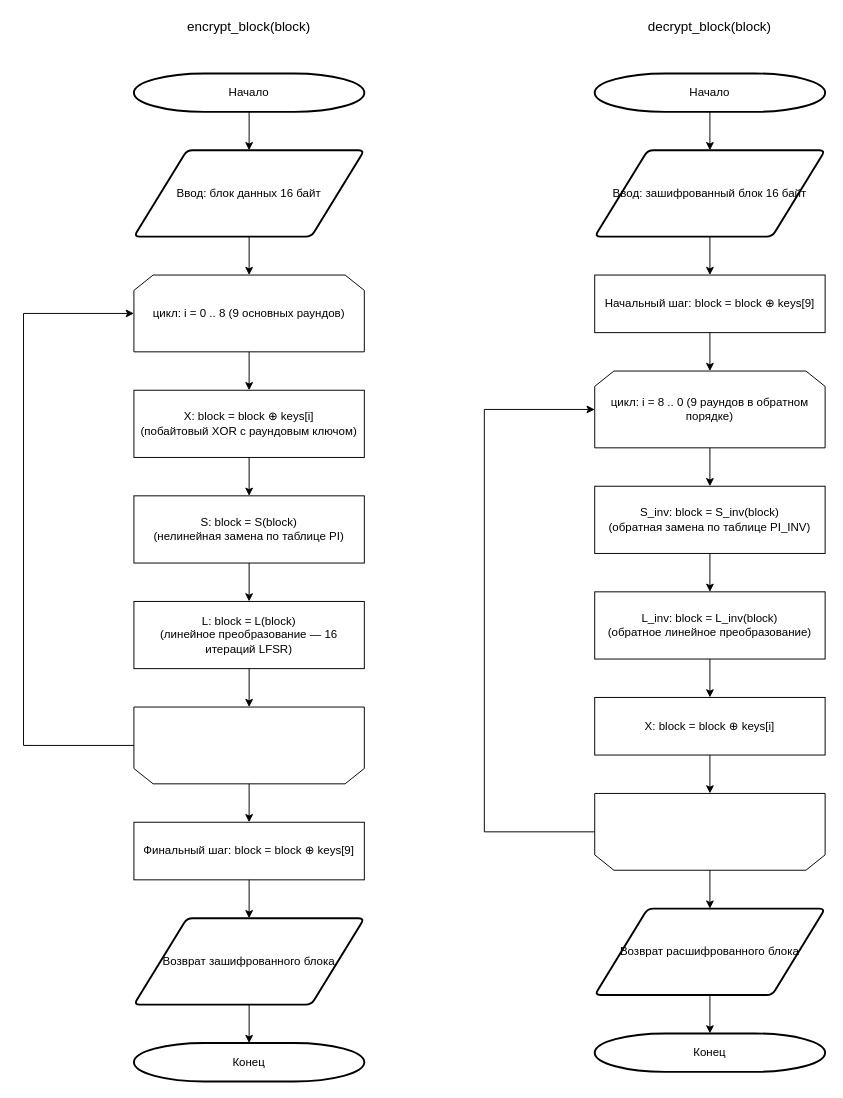
Earlier version of the draw.io diagram kuznyechik_diagram.drawio (Laincetta/mospolytech-cryptography). Source tidied: cells renumbered, new cells numbered last; positions are measured from the earlier drawing's top-left corner, leaving out a move shared by most shapes. Both pictures are drawn from the tidied source at 96%, with x=0, y=0 at pixel (23, 16).
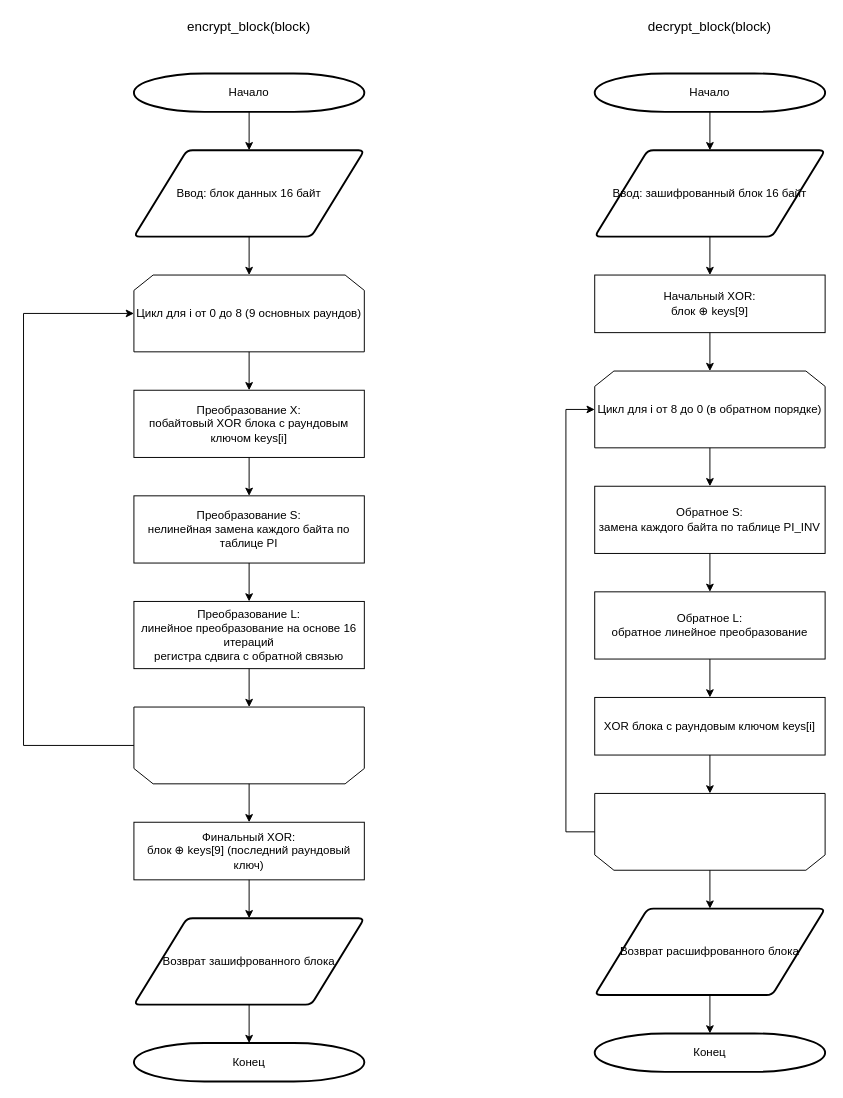
The same page after the edit.

The change refers to these unchanged cells:
```xml
<mxCell id="33" style="text;html=1;whiteSpace=wrap;strokeColor=none;fillColor=none;opacity=0;" parent="1" vertex="1">
  <mxGeometry x="595" y="809" width="240" height="80" as="geometry" />
</mxCell>
```

What changed in the source:
```diff
@@
-    <mxCell id="5" value="цикл: i = 0 .. 8 (9 основных раундов)" style="shape=loopLimit;whiteSpace=wrap;html=1;" parent="1" vertex="1">
+    <mxCell id="5" value="Цикл для i от 0 до 8 (9 основных раундов)" style="shape=loopLimit;whiteSpace=wrap;html=1;" parent="1" vertex="1">
       <mxGeometry x="115" y="269" width="240" height="80" as="geometry" />
     </mxCell>
-    <mxCell id="6" value="X: block = block ⊕ keys[i]&#10;(побайтовый XOR с раундовым ключом)" style="rounded=0;whiteSpace=wrap;html=1;" parent="1" vertex="1">
+    <mxCell id="6" value="Преобразование X:&#10;побайтовый XOR блока с раундовым ключом keys[i]" style="rounded=0;whiteSpace=wrap;html=1;" parent="1" vertex="1">
       <mxGeometry x="115" y="389" width="240" height="70" as="geometry" />
     </mxCell>
-    <mxCell id="7" value="S: block = S(block)&#10;(нелинейная замена по таблице PI)" style="rounded=0;whiteSpace=wrap;html=1;" parent="1" vertex="1">
+    <mxCell id="7" value="Преобразование S:&#10;нелинейная замена каждого байта по таблице PI" style="rounded=0;whiteSpace=wrap;html=1;" parent="1" vertex="1">
       <mxGeometry x="115" y="499" width="240" height="70" as="geometry" />
     </mxCell>
-    <mxCell id="8" value="L: block = L(block)&#10;(линейное преобразование — 16 итераций LFSR)" style="rounded=0;whiteSpace=wrap;html=1;" parent="1" vertex="1">
+    <mxCell id="8" value="Преобразование L:&#10;линейное преобразование на основе 16 итераций&#10;регистра сдвига с обратной связью" style="rounded=0;whiteSpace=wrap;html=1;" parent="1" vertex="1">
       <mxGeometry x="115" y="609" width="240" height="70" as="geometry" />
     </mxCell>
@@
-    <mxCell id="11" value="Финальный шаг: block = block ⊕ keys[9]" style="rounded=0;whiteSpace=wrap;html=1;" parent="1" vertex="1">
+    <mxCell id="11" value="Финальный XOR:&#10;блок ⊕ keys[9] (последний раундовый ключ)" style="rounded=0;whiteSpace=wrap;html=1;" parent="1" vertex="1">
       <mxGeometry x="115" y="839" width="240" height="60" as="geometry" />
     </mxCell>
@@
-    <mxCell id="27" value="Начальный шаг: block = block ⊕ keys[9]" style="rounded=0;whiteSpace=wrap;html=1;" parent="1" vertex="1">
+    <mxCell id="27" value="Начальный XOR:&#10;блок ⊕ keys[9]" style="rounded=0;whiteSpace=wrap;html=1;" parent="1" vertex="1">
       <mxGeometry x="595" y="269" width="240" height="60" as="geometry" />
     </mxCell>
-    <mxCell id="28" value="цикл: i = 8 .. 0 (9 раундов в обратном порядке)" style="shape=loopLimit;whiteSpace=wrap;html=1;" parent="1" vertex="1">
+    <mxCell id="28" value="Цикл для i от 8 до 0 (в обратном порядке)" style="shape=loopLimit;whiteSpace=wrap;html=1;" parent="1" vertex="1">
       <mxGeometry x="595" y="369" width="240" height="80" as="geometry" />
     </mxCell>
-    <mxCell id="29" value="S_inv: block = S_inv(block)&#10;(обратная замена по таблице PI_INV)" style="rounded=0;whiteSpace=wrap;html=1;" parent="1" vertex="1">
+    <mxCell id="29" value="Обратное S:&#10;замена каждого байта по таблице PI_INV" style="rounded=0;whiteSpace=wrap;html=1;" parent="1" vertex="1">
       <mxGeometry x="595" y="489" width="240" height="70" as="geometry" />
     </mxCell>
-    <mxCell id="30" value="L_inv: block = L_inv(block)&#10;(обратное линейное преобразование)" style="rounded=0;whiteSpace=wrap;html=1;" parent="1" vertex="1">
+    <mxCell id="30" value="Обратное L:&#10;обратное линейное преобразование" style="rounded=0;whiteSpace=wrap;html=1;" parent="1" vertex="1">
       <mxGeometry x="595" y="599" width="240" height="70" as="geometry" />
     </mxCell>
-    <mxCell id="31" value="X: block = block ⊕ keys[i]" style="rounded=0;whiteSpace=wrap;html=1;" parent="1" vertex="1">
+    <mxCell id="31" value="XOR блока с раундовым ключом keys[i]" style="rounded=0;whiteSpace=wrap;html=1;" parent="1" vertex="1">
       <mxGeometry x="595" y="709" width="240" height="60" as="geometry" />
     </mxCell>
@@
     <mxCell id="43" style="edgeStyle=orthogonalEdgeStyle;rounded=0;jettySize=auto;html=1;exitX=0;exitY=0.5;exitDx=0;exitDy=0;entryX=0;entryY=0.5;entryDx=0;entryDy=0;" parent="1" edge="1" source="33" target="28">
       <mxGeometry relative="1" as="geometry">
         <Array as="points">
-          <mxPoint x="480" y="849" />
-          <mxPoint x="480" y="409" />
+          <mxPoint x="565" y="849" />
+          <mxPoint x="565" y="409" />
         </Array>
       </mxGeometry>
     </mxCell>
```
